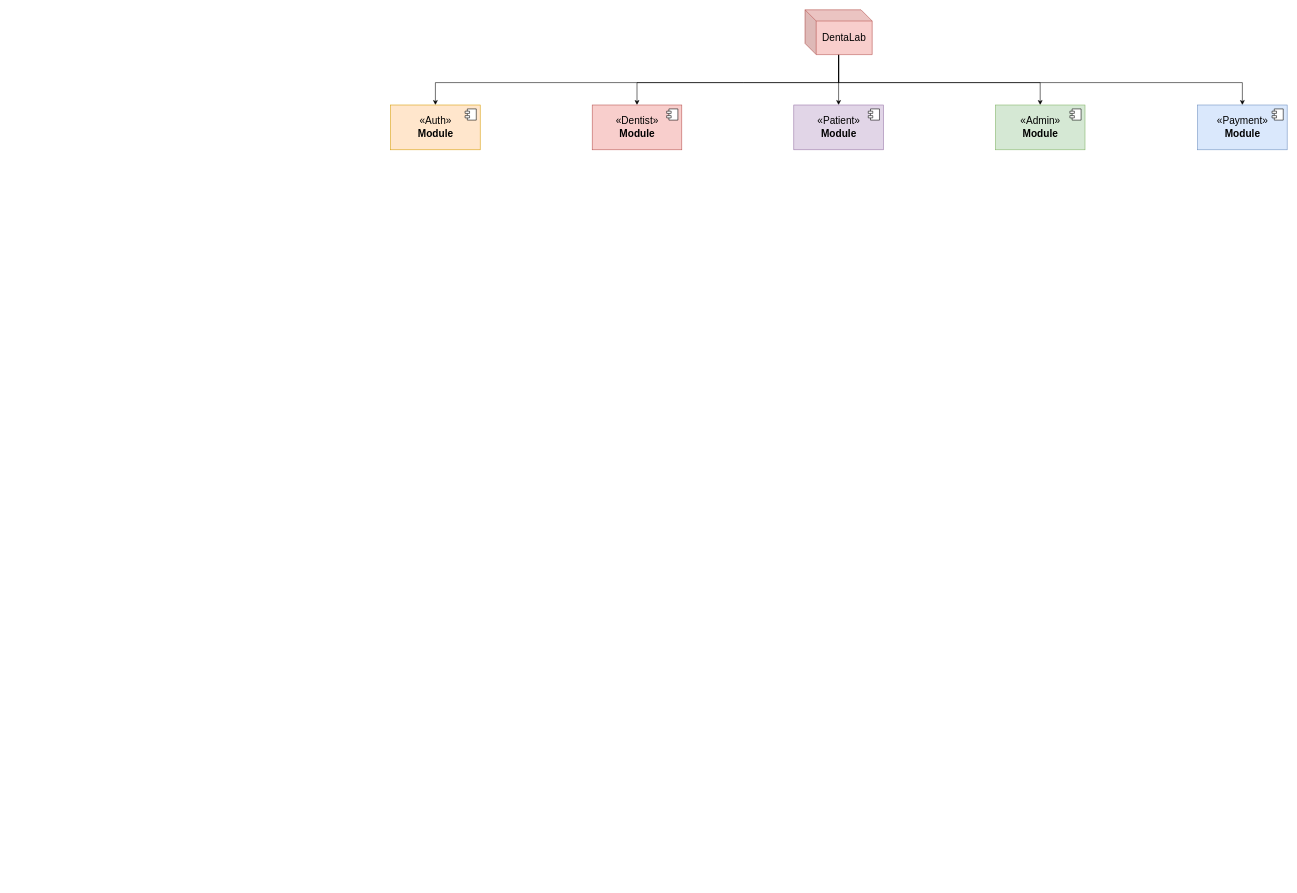
Earlier version of the draw.io diagram page "Project" (1 of 3) of denta-lab_uml.drawio (MaridiM/denta-lab). Source tidied: cells renumbered, new cells numbered last; positions are measured from the earlier drawing's top-left corner, leaving out a move shared by most shapes. Both pictures are drawn from the tidied source at 56%, with x=0, y=0 at pixel (390, 10).
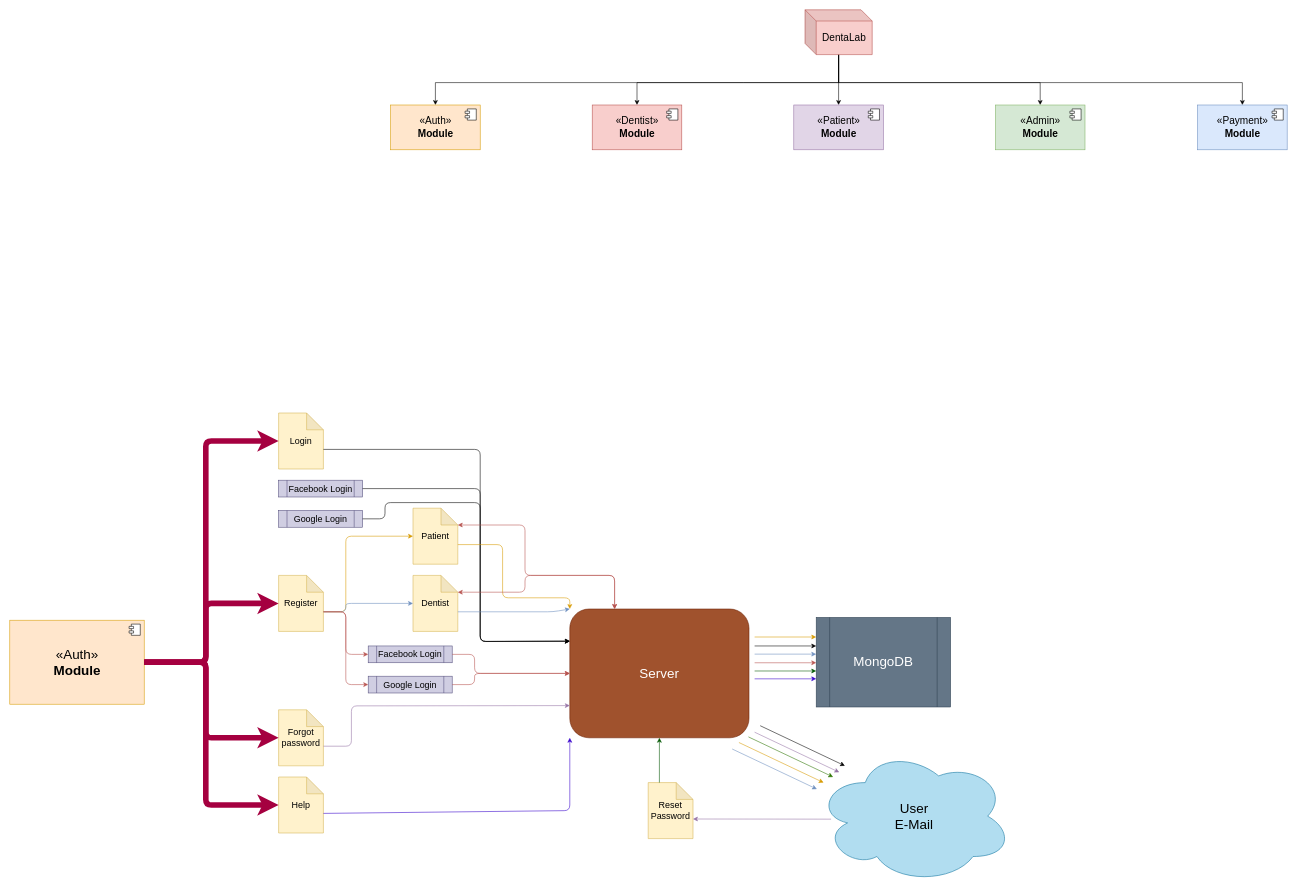
Above is the later version.

Change to the diagram source:
```diff
@@
+    <mxCell id="19" value="&lt;font style=&quot;font-size: 16px;&quot;&gt;Login&lt;/font&gt;" style="shape=note;whiteSpace=wrap;html=1;backgroundOutline=1;darkOpacity=0.05;fillColor=#fff2cc;fontSize=16;align=center;strokeColor=#d6b656;" parent="1" vertex="1">
+      <mxGeometry x="-200" y="720" width="80" height="100" as="geometry" />
+    </mxCell>
+    <mxCell id="20" value="Register" style="shape=note;whiteSpace=wrap;html=1;backgroundOutline=1;darkOpacity=0.05;fillColor=#fff2cc;fontSize=16;align=center;strokeColor=#d6b656;" parent="1" vertex="1">
+      <mxGeometry x="-200" y="1010" width="80" height="100" as="geometry" />
+    </mxCell>
+    <mxCell id="21" value="Patient" style="shape=note;whiteSpace=wrap;html=1;backgroundOutline=1;darkOpacity=0.05;fillColor=#fff2cc;fontSize=16;align=center;strokeColor=#d6b656;" parent="1" vertex="1">
+      <mxGeometry x="40" y="890" width="80" height="100" as="geometry" />
+    </mxCell>
+    <mxCell id="22" value="Dentist" style="shape=note;whiteSpace=wrap;html=1;backgroundOutline=1;darkOpacity=0.05;fillColor=#fff2cc;fontSize=16;align=center;strokeColor=#d6b656;" parent="1" vertex="1">
+      <mxGeometry x="40" y="1010" width="80" height="100" as="geometry" />
+    </mxCell>
+    <mxCell id="23" value="Forgot&lt;br style=&quot;font-size: 16px;&quot;&gt;password" style="shape=note;whiteSpace=wrap;html=1;backgroundOutline=1;darkOpacity=0.05;fillColor=#fff2cc;fontSize=16;align=center;strokeColor=#d6b656;" parent="1" vertex="1">
+      <mxGeometry x="-200" y="1250" width="80" height="100" as="geometry" />
+    </mxCell>
+    <mxCell id="24" value="Reset&lt;br style=&quot;font-size: 16px;&quot;&gt;Password" style="shape=note;whiteSpace=wrap;html=1;backgroundOutline=1;darkOpacity=0.05;fillColor=#fff2cc;fontSize=16;align=center;strokeColor=#d6b656;" parent="1" vertex="1">
+      <mxGeometry x="460" y="1380" width="80" height="100" as="geometry" />
+    </mxCell>
+    <mxCell id="25" value="Help" style="shape=note;whiteSpace=wrap;html=1;backgroundOutline=1;darkOpacity=0.05;fillColor=#fff2cc;fontSize=16;align=center;strokeColor=#d6b656;" parent="1" vertex="1">
+      <mxGeometry x="-200" y="1370" width="80" height="100" as="geometry" />
+    </mxCell>
+    <mxCell id="26" value="&lt;font style=&quot;font-size: 24px&quot;&gt;User&lt;br&gt;E-Mail&lt;/font&gt;" style="ellipse;shape=cloud;whiteSpace=wrap;html=1;fillColor=#b1ddf0;fontSize=14;align=center;strokeColor=#10739e;" parent="1" vertex="1">
+      <mxGeometry x="760" y="1320" width="350" height="240" as="geometry" />
+    </mxCell>
+    <mxCell id="27" value="&lt;font style=&quot;font-size: 24px&quot;&gt;Server&lt;/font&gt;" style="rounded=1;whiteSpace=wrap;html=1;fillColor=#a0522d;fontSize=14;align=center;strokeColor=#6D1F00;fontColor=#ffffff;" parent="1" vertex="1">
+      <mxGeometry x="320" y="1070" width="320" height="230" as="geometry" />
+    </mxCell>
+    <mxCell id="28" value="Facebook Login" style="shape=process;whiteSpace=wrap;html=1;backgroundOutline=1;fillColor=#d0cee2;fontSize=16;align=center;strokeColor=#56517e;" parent="1" vertex="1">
+      <mxGeometry x="-40" y="1136" width="150" height="30" as="geometry" />
+    </mxCell>
+    <mxCell id="29" value="Google Login" style="shape=process;whiteSpace=wrap;html=1;backgroundOutline=1;fillColor=#d0cee2;fontSize=16;align=center;strokeColor=#56517e;" parent="1" vertex="1">
+      <mxGeometry x="-40" y="1190" width="150" height="30" as="geometry" />
+    </mxCell>
+    <mxCell id="30" value="&lt;font style=&quot;font-size: 24px&quot;&gt;MongoDB&lt;/font&gt;" style="shape=process;whiteSpace=wrap;html=1;backgroundOutline=1;fillColor=#647687;strokeColor=#314354;fontColor=#ffffff;" parent="1" vertex="1">
+      <mxGeometry x="760" y="1085" width="240" height="160" as="geometry" />
+    </mxCell>
+    <mxCell id="31" value="&lt;font style=&quot;font-size: 24px&quot;&gt;«Auth»&lt;br&gt;&lt;b&gt;Module&lt;/b&gt;&lt;/font&gt;" style="html=1;fontSize=18;fillColor=#ffe6cc;strokeColor=#d79b00;" parent="1" vertex="1">
+      <mxGeometry x="-680" y="1090" width="240" height="150" as="geometry" />
+    </mxCell>
+    <mxCell id="32" style="shape=module;jettyWidth=8;jettyHeight=4;" parent="31" vertex="1">
+      <mxGeometry x="1" width="20" height="20" relative="1" as="geometry">
+        <mxPoint x="-27" y="7" as="offset" />
+      </mxGeometry>
+    </mxCell>
+    <mxCell id="33" style="endArrow=classic;html=1;exitX=0;exitY=0;exitDx=80;exitDy=65;exitPerimeter=0;entryX=0;entryY=0.5;entryDx=0;entryDy=0;entryPerimeter=0;fillColor=#ffe6cc;strokeColor=#d79b00;fontSize=16;" parent="1" edge="1" source="20" target="21">
+      <mxGeometry relative="1" as="geometry">
+        <Array as="points">
+          <mxPoint x="-80" y="1075" />
+          <mxPoint x="-80" y="940" />
+        </Array>
+      </mxGeometry>
+    </mxCell>
+    <mxCell id="34" style="endArrow=classic;html=1;exitX=0;exitY=0;exitDx=80;exitDy=65;exitPerimeter=0;entryX=0;entryY=0.5;entryDx=0;entryDy=0;entryPerimeter=0;fillColor=#dae8fc;strokeColor=#6c8ebf;fontSize=16;" parent="1" edge="1" source="20" target="22">
+      <mxGeometry relative="1" as="geometry">
+        <Array as="points">
+          <mxPoint x="-80" y="1075" />
+          <mxPoint x="-80" y="1060" />
+        </Array>
+      </mxGeometry>
+    </mxCell>
+    <mxCell id="35" style="endArrow=classic;html=1;exitX=0;exitY=0;exitDx=80;exitDy=65;exitPerimeter=0;entryX=0;entryY=0.5;entryDx=0;entryDy=0;fillColor=#f8cecc;strokeColor=#b85450;fontSize=16;" parent="1" edge="1" source="20" target="28">
+      <mxGeometry relative="1" as="geometry">
+        <Array as="points">
+          <mxPoint x="-80" y="1075" />
+          <mxPoint x="-80" y="1151" />
+        </Array>
+      </mxGeometry>
+    </mxCell>
+    <mxCell id="36" style="endArrow=classic;html=1;exitX=0;exitY=0;exitDx=80;exitDy=65;exitPerimeter=0;entryX=0;entryY=0.5;entryDx=0;entryDy=0;fillColor=#f8cecc;strokeColor=#b85450;fontSize=16;" parent="1" edge="1" source="20" target="29">
+      <mxGeometry relative="1" as="geometry">
+        <Array as="points">
+          <mxPoint x="-80" y="1075" />
+          <mxPoint x="-80" y="1205" />
+        </Array>
+      </mxGeometry>
+    </mxCell>
+    <mxCell id="37" style="endArrow=classic;html=1;exitX=1;exitY=0.5;exitDx=0;exitDy=0;entryX=0;entryY=0.5;entryDx=0;entryDy=0;fillColor=#f8cecc;strokeColor=#b85450;" parent="1" edge="1" source="28" target="27">
+      <mxGeometry relative="1" as="geometry">
+        <Array as="points">
+          <mxPoint x="150" y="1151" />
+          <mxPoint x="150" y="1185" />
+        </Array>
+      </mxGeometry>
+    </mxCell>
+    <mxCell id="38" style="endArrow=classic;html=1;exitX=1;exitY=0.5;exitDx=0;exitDy=0;entryX=0;entryY=0.5;entryDx=0;entryDy=0;fillColor=#f8cecc;strokeColor=#b85450;" parent="1" edge="1" source="29" target="27">
+      <mxGeometry relative="1" as="geometry">
+        <Array as="points">
+          <mxPoint x="150" y="1205" />
+          <mxPoint x="150" y="1185" />
+        </Array>
+      </mxGeometry>
+    </mxCell>
+    <mxCell id="39" style="endArrow=classic;html=1;exitX=0;exitY=0;exitDx=80;exitDy=65;exitPerimeter=0;entryX=0;entryY=0.75;entryDx=0;entryDy=0;fillColor=#e1d5e7;strokeColor=#9673a6;" parent="1" edge="1" source="23" target="27">
+      <mxGeometry relative="1" as="geometry">
+        <Array as="points">
+          <mxPoint x="-70" y="1315" />
+          <mxPoint x="-70" y="1243" />
+        </Array>
+      </mxGeometry>
+    </mxCell>
+    <mxCell id="40" value="Facebook Login" style="shape=process;whiteSpace=wrap;html=1;backgroundOutline=1;fillColor=#d0cee2;fontSize=16;align=center;strokeColor=#56517e;" parent="1" vertex="1">
+      <mxGeometry x="-200" y="840" width="150" height="30" as="geometry" />
+    </mxCell>
+    <mxCell id="41" value="Google Login" style="shape=process;whiteSpace=wrap;html=1;backgroundOutline=1;fillColor=#d0cee2;fontSize=16;align=center;strokeColor=#56517e;" parent="1" vertex="1">
+      <mxGeometry x="-200" y="894" width="150" height="30" as="geometry" />
+    </mxCell>
+    <mxCell id="42" style="endArrow=classic;html=1;exitX=0;exitY=0;exitDx=80;exitDy=65;exitPerimeter=0;entryX=0;entryY=0.25;entryDx=0;entryDy=0;" parent="1" edge="1" source="19" target="27">
+      <mxGeometry relative="1" as="geometry">
+        <Array as="points">
+          <mxPoint x="160" y="785" />
+          <mxPoint x="160" y="1128" />
+        </Array>
+      </mxGeometry>
+    </mxCell>
+    <mxCell id="43" style="endArrow=classic;html=1;exitX=1;exitY=0.5;exitDx=0;exitDy=0;entryX=0;entryY=0.25;entryDx=0;entryDy=0;" parent="1" edge="1" source="40" target="27">
+      <mxGeometry relative="1" as="geometry">
+        <Array as="points">
+          <mxPoint x="160" y="855" />
+          <mxPoint x="160" y="1128" />
+        </Array>
+      </mxGeometry>
+    </mxCell>
+    <mxCell id="44" style="endArrow=classic;html=1;exitX=1;exitY=0.5;exitDx=0;exitDy=0;entryX=0;entryY=0.25;entryDx=0;entryDy=0;" parent="1" edge="1" source="41" target="27">
+      <mxGeometry relative="1" as="geometry">
+        <Array as="points">
+          <mxPoint x="-10" y="909" />
+          <mxPoint x="-10" y="880" />
+          <mxPoint x="160" y="880" />
+          <mxPoint x="160" y="1128" />
+        </Array>
+      </mxGeometry>
+    </mxCell>
+    <mxCell id="45" style="endArrow=classic;html=1;exitX=0;exitY=0;exitDx=80;exitDy=65;exitPerimeter=0;fillColor=#ffe6cc;strokeColor=#d79b00;entryX=0;entryY=0;entryDx=0;entryDy=0;" parent="1" edge="1" source="21" target="27">
+      <mxGeometry relative="1" as="geometry">
+        <Array as="points">
+          <mxPoint x="200" y="955" />
+          <mxPoint x="200" y="1050" />
+          <mxPoint x="320" y="1050" />
+        </Array>
+      </mxGeometry>
+    </mxCell>
+    <mxCell id="46" style="endArrow=classic;html=1;exitX=0;exitY=0;exitDx=80;exitDy=65;exitPerimeter=0;fillColor=#dae8fc;strokeColor=#6c8ebf;entryX=0;entryY=0;entryDx=0;entryDy=0;" parent="1" edge="1" source="22" target="27">
+      <mxGeometry relative="1" as="geometry">
+        <Array as="points">
+          <mxPoint x="290" y="1075" />
+        </Array>
+      </mxGeometry>
+    </mxCell>
+    <mxCell id="47" style="endArrow=classic;startArrow=classic;html=1;exitX=0.25;exitY=0;exitDx=0;exitDy=0;entryX=0;entryY=0;entryDx=80;entryDy=30;entryPerimeter=0;fillColor=#f8cecc;strokeColor=#b85450;" parent="1" edge="1" source="27" target="21">
+      <mxGeometry relative="1" as="geometry">
+        <Array as="points">
+          <mxPoint x="400" y="1010" />
+          <mxPoint x="240" y="1010" />
+          <mxPoint x="240" y="920" />
+        </Array>
+      </mxGeometry>
+    </mxCell>
+    <mxCell id="48" style="endArrow=classic;startArrow=classic;html=1;exitX=0.25;exitY=0;exitDx=0;exitDy=0;entryX=0;entryY=0;entryDx=80;entryDy=30;entryPerimeter=0;fillColor=#f8cecc;strokeColor=#b85450;" parent="1" edge="1" source="27" target="22">
+      <mxGeometry relative="1" as="geometry">
+        <Array as="points">
+          <mxPoint x="400" y="1010" />
+          <mxPoint x="240" y="1010" />
+          <mxPoint x="240" y="1040" />
+        </Array>
+      </mxGeometry>
+    </mxCell>
+    <mxCell id="49" style="endArrow=classic;html=1;fillColor=#60a917;strokeColor=#2D7600;exitX=1;exitY=1;exitDx=0;exitDy=0;" parent="1" edge="1">
+      <mxGeometry relative="1" as="geometry">
+        <mxPoint x="639" y="1298.4" as="sourcePoint" />
+        <mxPoint x="790.2" y="1370" as="targetPoint" />
+      </mxGeometry>
+    </mxCell>
+    <mxCell id="50" style="endArrow=classic;html=1;fillColor=#008a00;strokeColor=#005700;" parent="1" edge="1">
+      <mxGeometry relative="1" as="geometry">
+        <mxPoint x="650" y="1180.7" as="sourcePoint" />
+        <mxPoint x="760" y="1180.7" as="targetPoint" />
+      </mxGeometry>
+    </mxCell>
+    <mxCell id="51" style="endArrow=classic;html=1;fillColor=#e1d5e7;strokeColor=#9673a6;exitX=0.076;exitY=0.522;exitDx=0;exitDy=0;exitPerimeter=0;entryX=0;entryY=0;entryDx=80;entryDy=65;entryPerimeter=0;" parent="1" edge="1" source="26" target="24">
+      <mxGeometry relative="1" as="geometry" />
+    </mxCell>
+    <mxCell id="52" style="endArrow=classic;html=1;fillColor=#008a00;strokeColor=#005700;entryX=0.5;entryY=1;entryDx=0;entryDy=0;" parent="1" edge="1" target="27">
+      <mxGeometry relative="1" as="geometry">
+        <mxPoint x="480" y="1380" as="sourcePoint" />
+      </mxGeometry>
+    </mxCell>
+    <mxCell id="53" style="endArrow=classic;html=1;exitX=0;exitY=0;exitDx=80;exitDy=65;exitPerimeter=0;entryX=0;entryY=1;entryDx=0;entryDy=0;fillColor=#6a00ff;strokeColor=#3700CC;" parent="1" edge="1" source="25" target="27">
+      <mxGeometry relative="1" as="geometry">
+        <Array as="points">
+          <mxPoint x="320" y="1430" />
+        </Array>
+      </mxGeometry>
+    </mxCell>
+    <mxCell id="54" style="endArrow=classic;html=1;fillColor=#6a00ff;strokeColor=#3700CC;" parent="1" edge="1">
+      <mxGeometry relative="1" as="geometry">
+        <mxPoint x="650" y="1194.7" as="sourcePoint" />
+        <mxPoint x="760" y="1194.7" as="targetPoint" />
+      </mxGeometry>
+    </mxCell>
+    <mxCell id="55" style="endArrow=classic;html=1;fillColor=#f8cecc;strokeColor=#b85450;" parent="1" edge="1">
+      <mxGeometry relative="1" as="geometry">
+        <mxPoint x="650" y="1166" as="sourcePoint" />
+        <mxPoint x="760" y="1166" as="targetPoint" />
+      </mxGeometry>
+    </mxCell>
+    <mxCell id="56" style="endArrow=classic;html=1;fillColor=#dae8fc;strokeColor=#6c8ebf;" parent="1" edge="1">
+      <mxGeometry relative="1" as="geometry">
+        <mxPoint x="650" y="1150.6" as="sourcePoint" />
+        <mxPoint x="760" y="1150.6" as="targetPoint" />
+      </mxGeometry>
+    </mxCell>
+    <mxCell id="57" style="endArrow=classic;html=1;" parent="1" edge="1">
+      <mxGeometry relative="1" as="geometry">
+        <mxPoint x="650" y="1136" as="sourcePoint" />
+        <mxPoint x="760" y="1136" as="targetPoint" />
+      </mxGeometry>
+    </mxCell>
+    <mxCell id="58" style="endArrow=classic;html=1;fillColor=#ffe6cc;strokeColor=#d79b00;" parent="1" edge="1">
+      <mxGeometry relative="1" as="geometry">
+        <mxPoint x="650" y="1120" as="sourcePoint" />
+        <mxPoint x="760" y="1120" as="targetPoint" />
+      </mxGeometry>
+    </mxCell>
+    <mxCell id="59" style="endArrow=classic;html=1;fillColor=#ffe6cc;strokeColor=#d79b00;exitX=1;exitY=1;exitDx=0;exitDy=0;" parent="1" edge="1">
+      <mxGeometry relative="1" as="geometry">
+        <mxPoint x="622" y="1308.4" as="sourcePoint" />
+        <mxPoint x="773.2" y="1380" as="targetPoint" />
+      </mxGeometry>
+    </mxCell>
+    <mxCell id="60" style="endArrow=classic;html=1;fillColor=#dae8fc;strokeColor=#6c8ebf;exitX=1;exitY=1;exitDx=0;exitDy=0;" parent="1" edge="1">
+      <mxGeometry relative="1" as="geometry">
+        <mxPoint x="610" y="1320" as="sourcePoint" />
+        <mxPoint x="761.2" y="1391.6" as="targetPoint" />
+      </mxGeometry>
+    </mxCell>
+    <mxCell id="61" style="endArrow=classic;html=1;fillColor=#e1d5e7;strokeColor=#9673a6;exitX=1;exitY=1;exitDx=0;exitDy=0;" parent="1" edge="1">
+      <mxGeometry relative="1" as="geometry">
+        <mxPoint x="650" y="1290" as="sourcePoint" />
+        <mxPoint x="801.2" y="1361.6" as="targetPoint" />
+      </mxGeometry>
+    </mxCell>
+    <mxCell id="62" style="endArrow=classic;html=1;exitX=1;exitY=1;exitDx=0;exitDy=0;" parent="1" edge="1">
+      <mxGeometry relative="1" as="geometry">
+        <mxPoint x="660" y="1278.4" as="sourcePoint" />
+        <mxPoint x="811.2" y="1350" as="targetPoint" />
+      </mxGeometry>
+    </mxCell>
+    <mxCell id="63" style="endArrow=classic;html=1;strokeColor=#A50040;exitX=1;exitY=0.5;exitDx=0;exitDy=0;entryX=0;entryY=0.5;entryDx=0;entryDy=0;entryPerimeter=0;fillColor=#d80073;strokeWidth=10;" parent="1" edge="1" source="31" target="19">
+      <mxGeometry relative="1" as="geometry">
+        <Array as="points">
+          <mxPoint x="-330" y="1165" />
+          <mxPoint x="-330" y="770" />
+        </Array>
+      </mxGeometry>
+    </mxCell>
+    <mxCell id="64" style="endArrow=classic;html=1;strokeColor=#A50040;exitX=1;exitY=0.5;exitDx=0;exitDy=0;entryX=0;entryY=0.5;entryDx=0;entryDy=0;entryPerimeter=0;fillColor=#d80073;strokeWidth=10;" parent="1" edge="1" source="31" target="20">
+      <mxGeometry relative="1" as="geometry">
+        <Array as="points">
+          <mxPoint x="-330" y="1165" />
+          <mxPoint x="-330" y="1060" />
+        </Array>
+      </mxGeometry>
+    </mxCell>
+    <mxCell id="65" style="endArrow=classic;html=1;strokeColor=#A50040;exitX=1;exitY=0.5;exitDx=0;exitDy=0;entryX=0;entryY=0.5;entryDx=0;entryDy=0;entryPerimeter=0;fillColor=#d80073;strokeWidth=10;" parent="1" edge="1" source="31" target="23">
+      <mxGeometry relative="1" as="geometry">
+        <Array as="points">
+          <mxPoint x="-330" y="1165" />
+          <mxPoint x="-330" y="1300" />
+        </Array>
+      </mxGeometry>
+    </mxCell>
+    <mxCell id="66" style="endArrow=classic;html=1;strokeColor=#A50040;entryX=0;entryY=0.5;entryDx=0;entryDy=0;entryPerimeter=0;exitX=1;exitY=0.5;exitDx=0;exitDy=0;fillColor=#d80073;strokeWidth=10;" parent="1" edge="1" source="31" target="25">
+      <mxGeometry relative="1" as="geometry">
+        <Array as="points">
+          <mxPoint x="-330" y="1165" />
+          <mxPoint x="-330" y="1420" />
+        </Array>
+      </mxGeometry>
+    </mxCell>
```
